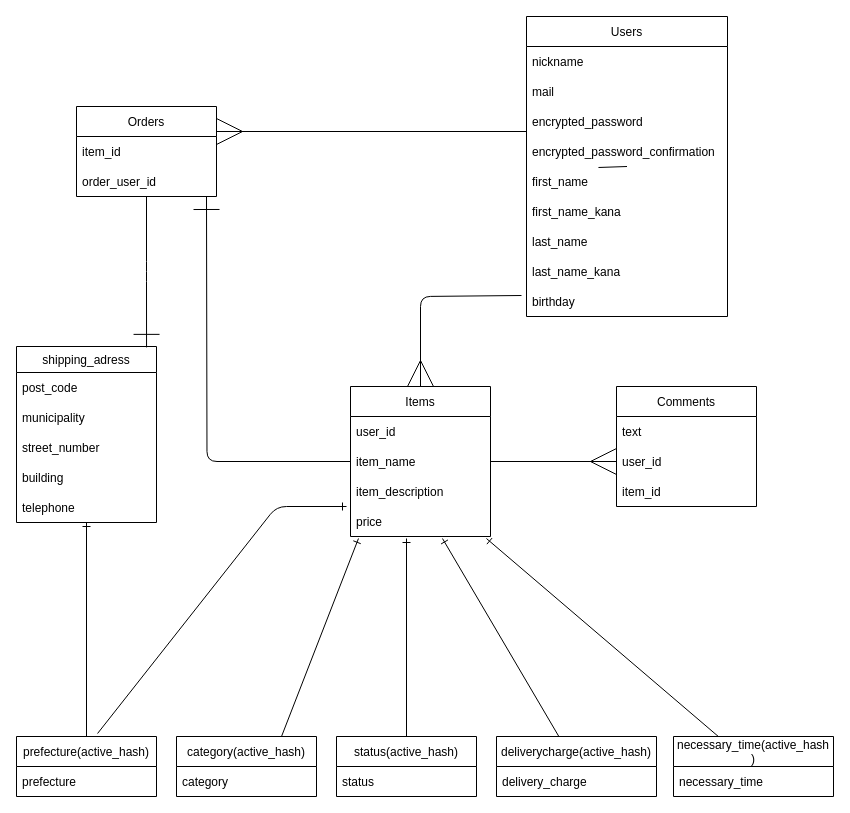
Above: furima.dio in yoshir32/furima-36846 (draw.io), before the change. Source tidied: cells renumbered, new cells numbered last; positions are measured from the earlier drawing's top-left corner, leaving out a move shared by most shapes. Both pictures are drawn from the tidied source at 100%, with x=0, y=0 at pixel (16, 16).
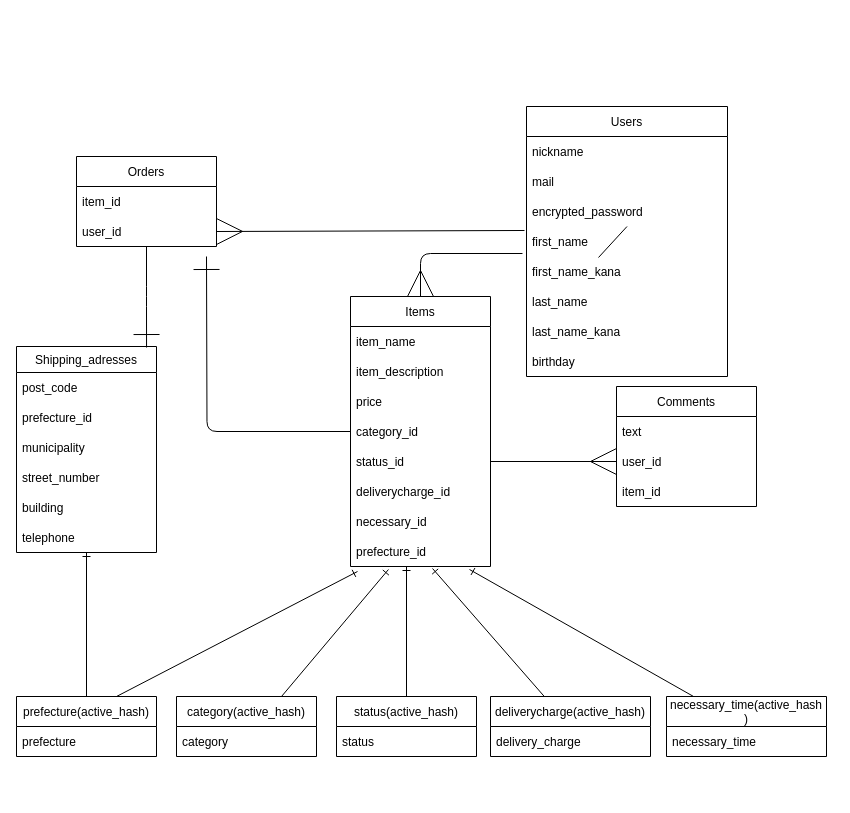
After the change.

Commit message (it also covers changes not shown here):
ER図、README修正３

Unchanged cells that the change refers to:
```xml
<mxCell id="21" value="user_id" style="text;strokeColor=none;fillColor=none;align=left;verticalAlign=middle;spacingLeft=4;spacingRight=4;overflow=hidden;points=[[0,0.5],[1,0.5]];portConstraint=eastwest;" parent="19" vertex="1">
  <mxGeometry y="60" width="140" height="30" as="geometry" />
</mxCell>
```

What changed in the source:
```diff
@@
-    <mxCell id="2" style="edgeStyle=none;jumpSize=24;html=1;entryX=0.5;entryY=0;entryDx=0;entryDy=0;endArrow=ERmany;endFill=0;startSize=24;endSize=24;startArrow=none;exitX=-0.025;exitY=0.3;exitDx=0;exitDy=0;exitPerimeter=0;" parent="1" edge="1" source="14" target="24">
+    <mxCell id="2" style="edgeStyle=none;jumpSize=24;html=1;entryX=0.5;entryY=0;entryDx=0;entryDy=0;endArrow=ERmany;endFill=0;startSize=24;endSize=24;startArrow=none;exitX=-0.02;exitY=0.9;exitDx=0;exitDy=0;exitPerimeter=0;" parent="1" edge="1" source="10" target="24">
       <mxGeometry relative="1" as="geometry">
         <Array as="points">
-          <mxPoint x="404" y="280" />
+          <mxPoint x="404" y="237" />
         </Array>
       </mxGeometry>
     </mxCell>
     <mxCell id="3" value="Users" style="swimlane;fontStyle=0;horizontal=1;startSize=30;" parent="1" vertex="1">
-      <mxGeometry x="510" width="201" height="300" as="geometry" />
+      <mxGeometry x="510" y="90" width="201" height="270" as="geometry" />
     </mxCell>
@@
-    <mxCell id="7" value="encrypted_password_confirmation" style="text;strokeColor=none;fillColor=none;align=left;verticalAlign=middle;spacingLeft=4;spacingRight=4;overflow=hidden;points=[[0,0.5],[1,0.5]];portConstraint=eastwest;" parent="3" vertex="1">
-      <mxGeometry y="120" width="201" height="30" as="geometry" />
-    </mxCell>
@@
-    <mxCell id="9" style="edgeStyle=none;jumpSize=24;html=1;entryX=0.5;entryY=0;entryDx=0;entryDy=0;endArrow=none;endFill=0;startSize=24;endSize=24;exitX=0.358;exitY=1.033;exitDx=0;exitDy=0;exitPerimeter=0;" parent="3" edge="1" source="7" target="10">
-      <mxGeometry relative="1" as="geometry" />
+    <mxCell id="9" style="edgeStyle=none;jumpSize=24;html=1;entryX=0.5;entryY=0;entryDx=0;entryDy=0;endArrow=none;endFill=0;startSize=24;endSize=24;exitX=0.358;exitY=1.033;exitDx=0;exitDy=0;exitPerimeter=0;" parent="3" edge="1" target="10">
+      <mxGeometry relative="1" as="geometry">
+        <mxPoint x="72" y="151" as="sourcePoint" />
+      </mxGeometry>
     </mxCell>
     <mxCell id="10" value="first_name" style="text;strokeColor=none;fillColor=none;align=left;verticalAlign=middle;spacingLeft=4;spacingRight=4;overflow=hidden;points=[[0,0.5],[1,0.5]];portConstraint=eastwest;" parent="3" vertex="1">
-      <mxGeometry y="150" width="201" height="30" as="geometry" />
+      <mxGeometry y="120" width="201" height="30" as="geometry" />
     </mxCell>
     <mxCell id="11" value="first_name_kana" style="text;strokeColor=none;fillColor=none;align=left;verticalAlign=middle;spacingLeft=4;spacingRight=4;overflow=hidden;" parent="3" vertex="1">
-      <mxGeometry y="180" width="201" height="30" as="geometry" />
+      <mxGeometry y="150" width="201" height="30" as="geometry" />
     </mxCell>
     <mxCell id="12" value="last_name" style="text;strokeColor=none;fillColor=none;align=left;verticalAlign=middle;spacingLeft=4;spacingRight=4;overflow=hidden;" parent="3" vertex="1">
-      <mxGeometry y="210" width="201" height="30" as="geometry" />
+      <mxGeometry y="180" width="201" height="30" as="geometry" />
     </mxCell>
     <mxCell id="13" value="last_name_kana" style="text;strokeColor=none;fillColor=none;align=left;verticalAlign=middle;spacingLeft=4;spacingRight=4;overflow=hidden;" parent="3" vertex="1">
-      <mxGeometry y="240" width="201" height="30" as="geometry" />
+      <mxGeometry y="210" width="201" height="30" as="geometry" />
     </mxCell>
     <mxCell id="14" value="birthday" style="text;strokeColor=none;fillColor=none;align=left;verticalAlign=middle;spacingLeft=4;spacingRight=4;overflow=hidden;points=[[0,0.5],[1,0.5]];portConstraint=eastwest;" parent="3" vertex="1">
-      <mxGeometry y="270" width="201" height="30" as="geometry" />
+      <mxGeometry y="240" width="201" height="30" as="geometry" />
     </mxCell>
@@
     <mxCell id="16" value="Orders" style="swimlane;fontStyle=0;horizontal=1;startSize=30;" parent="1" vertex="1">
-      <mxGeometry x="60" y="90" width="140" height="90" as="geometry" />
+      <mxGeometry x="60" y="140" width="140" height="90" as="geometry" />
     </mxCell>
@@
-    <mxCell id="18" value="order_user_id" style="text;strokeColor=none;fillColor=none;align=left;verticalAlign=middle;spacingLeft=4;spacingRight=4;overflow=hidden;points=[[0,0.5],[1,0.5]];portConstraint=eastwest;" parent="16" vertex="1">
+    <mxCell id="18" value="user_id" style="text;strokeColor=none;fillColor=none;align=left;verticalAlign=middle;spacingLeft=4;spacingRight=4;overflow=hidden;points=[[0,0.5],[1,0.5]];portConstraint=eastwest;" parent="16" vertex="1">
       <mxGeometry y="60" width="140" height="30" as="geometry" />
     </mxCell>
@@
     <mxCell id="23" style="edgeStyle=orthogonalEdgeStyle;jumpSize=24;html=1;endArrow=ERone;endFill=0;startSize=24;endSize=24;" parent="1" edge="1" source="24">
       <mxGeometry relative="1" as="geometry">
-        <mxPoint x="190" y="180" as="targetPoint" />
+        <mxPoint x="190" y="240" as="targetPoint" />
       </mxGeometry>
     </mxCell>
     <mxCell id="24" value="Items" style="swimlane;fontStyle=0;horizontal=1;startSize=30;" parent="1" vertex="1">
-      <mxGeometry x="334" y="370" width="140" height="150" as="geometry" />
+      <mxGeometry x="334" y="280" width="140" height="270" as="geometry" />
     </mxCell>
-    <mxCell id="25" value="user_id" style="text;strokeColor=none;fillColor=none;align=left;verticalAlign=middle;spacingLeft=4;spacingRight=4;overflow=hidden;" parent="24" vertex="1">
-      <mxGeometry y="30" width="140" height="30" as="geometry" />
-    </mxCell>
     <mxCell id="26" value="item_name" style="text;strokeColor=none;fillColor=none;align=left;verticalAlign=middle;spacingLeft=4;spacingRight=4;overflow=hidden;points=[[0,0.5],[1,0.5]];portConstraint=eastwest;" parent="24" vertex="1">
-      <mxGeometry y="60" width="140" height="30" as="geometry" />
+      <mxGeometry y="30" width="140" height="30" as="geometry" />
     </mxCell>
     <mxCell id="27" value="item_description" style="text;strokeColor=none;fillColor=none;align=left;verticalAlign=middle;spacingLeft=4;spacingRight=4;overflow=hidden;" parent="24" vertex="1">
-      <mxGeometry y="90" width="140" height="30" as="geometry" />
+      <mxGeometry y="60" width="140" height="30" as="geometry" />
     </mxCell>
     <mxCell id="28" value="price" style="text;strokeColor=none;fillColor=none;align=left;verticalAlign=middle;spacingLeft=4;spacingRight=4;overflow=hidden;points=[[0,0.5],[1,0.5]];portConstraint=eastwest;" parent="24" vertex="1">
-      <mxGeometry y="120" width="140" height="30" as="geometry" />
+      <mxGeometry y="90" width="140" height="30" as="geometry" />
     </mxCell>
+    <mxCell id="53" value="category_id" style="text;strokeColor=none;fillColor=none;align=left;verticalAlign=middle;spacingLeft=4;spacingRight=4;overflow=hidden;" parent="24" vertex="1">
+      <mxGeometry y="120" width="140" height="30" as="geometry" />
+    </mxCell>
+    <mxCell id="54" value="status_id" style="text;strokeColor=none;fillColor=none;align=left;verticalAlign=middle;spacingLeft=4;spacingRight=4;overflow=hidden;points=[[0,0.5],[1,0.5]];portConstraint=eastwest;" parent="24" vertex="1">
+      <mxGeometry y="150" width="140" height="30" as="geometry" />
+    </mxCell>
+    <mxCell id="55" value="deliverycharge_id" style="text;strokeColor=none;fillColor=none;align=left;verticalAlign=middle;spacingLeft=4;spacingRight=4;overflow=hidden;" parent="24" vertex="1">
+      <mxGeometry y="180" width="140" height="30" as="geometry" />
+    </mxCell>
+    <mxCell id="56" value="necessary_id" style="text;strokeColor=none;fillColor=none;align=left;verticalAlign=middle;spacingLeft=4;spacingRight=4;overflow=hidden;" parent="24" vertex="1">
+      <mxGeometry y="210" width="140" height="30" as="geometry" />
+    </mxCell>
+    <mxCell id="57" value="prefecture_id" style="text;strokeColor=none;fillColor=none;align=left;verticalAlign=middle;spacingLeft=4;spacingRight=4;overflow=hidden;points=[[0,0.5],[1,0.5]];portConstraint=eastwest;" parent="24" vertex="1">
+      <mxGeometry y="240" width="140" height="30" as="geometry" />
+    </mxCell>
-    <mxCell id="29" style="edgeStyle=none;html=1;entryX=0;entryY=0.5;entryDx=0;entryDy=0;endArrow=ERmany;endFill=0;jumpSize=24;endSize=24;startSize=24;" parent="1" edge="1" source="26" target="21">
+    <mxCell id="29" style="edgeStyle=none;html=1;entryX=0;entryY=0.5;entryDx=0;entryDy=0;endArrow=ERmany;endFill=0;jumpSize=24;endSize=24;startSize=24;exitX=1;exitY=0.5;exitDx=0;exitDy=0;" parent="1" edge="1" source="54" target="21">
       <mxGeometry relative="1" as="geometry" />
     </mxCell>
-    <mxCell id="30" style="edgeStyle=none;jumpSize=24;html=1;endArrow=ERmany;endFill=0;startSize=24;endSize=24;" parent="1" edge="1">
-      <mxGeometry relative="1" as="geometry">
-        <mxPoint x="510" y="115" as="sourcePoint" />
-        <mxPoint x="200" y="115" as="targetPoint" />
-      </mxGeometry>
+    <mxCell id="30" style="edgeStyle=none;jumpSize=24;html=1;endArrow=ERmany;endFill=0;startSize=24;endSize=24;exitX=-0.01;exitY=0.133;exitDx=0;exitDy=0;exitPerimeter=0;entryX=1;entryY=0.5;entryDx=0;entryDy=0;" parent="1" edge="1" source="10" target="18">
+      <mxGeometry relative="1" as="geometry" />
     </mxCell>
-    <mxCell id="31" value="shipping_adress" style="swimlane;fontStyle=0;horizontal=1;startSize=26;fillColor=none;" parent="1" vertex="1">
-      <mxGeometry y="330" width="140" height="176" as="geometry" />
+    <mxCell id="31" value="Shipping_adresses" style="swimlane;fontStyle=0;horizontal=1;startSize=26;fillColor=none;" parent="1" vertex="1">
+      <mxGeometry y="330" width="140" height="206" as="geometry" />
     </mxCell>
@@
+    <mxCell id="58" value="prefecture_id" style="text;strokeColor=none;fillColor=none;align=left;verticalAlign=middle;spacingLeft=4;spacingRight=4;overflow=hidden;" parent="31" vertex="1">
+      <mxGeometry y="56" width="140" height="30" as="geometry" />
+    </mxCell>
     <mxCell id="33" value="municipality" style="text;strokeColor=none;fillColor=none;align=left;verticalAlign=middle;spacingLeft=4;spacingRight=4;overflow=hidden;" parent="31" vertex="1">
-      <mxGeometry y="56" width="140" height="30" as="geometry" />
+      <mxGeometry y="86" width="140" height="30" as="geometry" />
     </mxCell>
     <mxCell id="34" value="street_number" style="text;strokeColor=none;fillColor=none;align=left;verticalAlign=middle;spacingLeft=4;spacingRight=4;overflow=hidden;" parent="31" vertex="1">
-      <mxGeometry y="86" width="140" height="30" as="geometry" />
+      <mxGeometry y="116" width="140" height="30" as="geometry" />
     </mxCell>
     <mxCell id="35" value="building" style="text;strokeColor=none;fillColor=none;align=left;verticalAlign=middle;spacingLeft=4;spacingRight=4;overflow=hidden;" parent="31" vertex="1">
-      <mxGeometry y="116" width="140" height="30" as="geometry" />
+      <mxGeometry y="146" width="140" height="30" as="geometry" />
     </mxCell>
     <mxCell id="36" value="telephone" style="text;strokeColor=none;fillColor=none;align=left;verticalAlign=middle;spacingLeft=4;spacingRight=4;overflow=hidden;points=[[0,0.5],[1,0.5]];portConstraint=eastwest;" parent="31" vertex="1">
-      <mxGeometry y="146" width="140" height="30" as="geometry" />
+      <mxGeometry y="176" width="140" height="30" as="geometry" />
     </mxCell>
@@
     <mxCell id="38" value="prefecture(active_hash)" style="swimlane;fontStyle=0;horizontal=1;startSize=30;" parent="1" vertex="1">
-      <mxGeometry y="720" width="140" height="60" as="geometry" />
+      <mxGeometry y="680" width="140" height="60" as="geometry" />
     </mxCell>
@@
-    <mxCell id="40" style="edgeStyle=none;html=1;exitX=0.75;exitY=0;exitDx=0;exitDy=0;endArrow=ERone;endFill=0;entryX=0.057;entryY=1.067;entryDx=0;entryDy=0;entryPerimeter=0;" parent="1" edge="1" source="41" target="28">
+    <mxCell id="40" style="edgeStyle=none;html=1;exitX=0.75;exitY=0;exitDx=0;exitDy=0;endArrow=ERone;endFill=0;entryX=0.271;entryY=1.1;entryDx=0;entryDy=0;entryPerimeter=0;" parent="1" edge="1" source="41" target="57">
       <mxGeometry relative="1" as="geometry" />
     </mxCell>
     <mxCell id="41" value="category(active_hash)" style="swimlane;fontStyle=0;horizontal=1;startSize=30;" parent="1" vertex="1">
-      <mxGeometry x="160" y="720" width="140" height="60" as="geometry" />
+      <mxGeometry x="160" y="680" width="140" height="60" as="geometry" />
     </mxCell>
@@
-    <mxCell id="43" style="edgeStyle=none;html=1;endArrow=ERone;endFill=0;entryX=0.4;entryY=1.067;entryDx=0;entryDy=0;entryPerimeter=0;" parent="1" edge="1" source="44" target="28">
-      <mxGeometry relative="1" as="geometry" />
+    <mxCell id="43" style="edgeStyle=none;html=1;endArrow=ERone;endFill=0;" parent="1" edge="1" source="44">
+      <mxGeometry relative="1" as="geometry">
+        <mxPoint x="390" y="550" as="targetPoint" />
+      </mxGeometry>
     </mxCell>
     <mxCell id="44" value="status(active_hash)" style="swimlane;fontStyle=0;horizontal=1;startSize=30;" parent="1" vertex="1">
-      <mxGeometry x="320" y="720" width="140" height="60" as="geometry" />
+      <mxGeometry x="320" y="680" width="140" height="60" as="geometry" />
     </mxCell>
@@
-    <mxCell id="46" style="edgeStyle=none;html=1;entryX=0.657;entryY=1.067;entryDx=0;entryDy=0;entryPerimeter=0;endArrow=ERone;endFill=0;" parent="1" edge="1" source="47" target="28">
+    <mxCell id="46" style="edgeStyle=none;html=1;entryX=0.586;entryY=1.067;entryDx=0;entryDy=0;entryPerimeter=0;endArrow=ERone;endFill=0;" parent="1" edge="1" source="47" target="57">
       <mxGeometry relative="1" as="geometry" />
     </mxCell>
     <mxCell id="47" value="deliverycharge(active_hash)" style="swimlane;fontStyle=0;horizontal=1;startSize=30;" parent="1" vertex="1">
-      <mxGeometry x="480" y="720" width="160" height="60" as="geometry" />
+      <mxGeometry x="474" y="680" width="160" height="60" as="geometry" />
     </mxCell>
@@
-    <mxCell id="49" style="edgeStyle=none;html=1;entryX=0.971;entryY=1.067;entryDx=0;entryDy=0;entryPerimeter=0;endArrow=ERone;endFill=0;" parent="1" edge="1" source="50" target="28">
+    <mxCell id="49" style="edgeStyle=none;html=1;entryX=0.85;entryY=1.1;entryDx=0;entryDy=0;entryPerimeter=0;endArrow=ERone;endFill=0;" parent="1" edge="1" source="50" target="57">
       <mxGeometry relative="1" as="geometry" />
     </mxCell>
     <mxCell id="50" value="necessary_time(active_hash&#10;)" style="swimlane;fontStyle=0;horizontal=1;startSize=30;" parent="1" vertex="1">
-      <mxGeometry x="657" y="720" width="160" height="60" as="geometry" />
+      <mxGeometry x="650" y="680" width="160" height="60" as="geometry" />
     </mxCell>
@@
-    <mxCell id="52" style="edgeStyle=none;html=1;endArrow=ERone;endFill=0;exitX=0.579;exitY=-0.05;exitDx=0;exitDy=0;exitPerimeter=0;" parent="1" edge="1" source="38">
-      <mxGeometry relative="1" as="geometry">
-        <mxPoint x="330" y="490" as="targetPoint" />
-        <Array as="points">
-          <mxPoint x="260" y="490" />
-        </Array>
-      </mxGeometry>
-    </mxCell>
+    <mxCell id="59" style="edgeStyle=none;html=1;endArrow=ERone;endFill=0;entryX=0.05;entryY=1.167;entryDx=0;entryDy=0;entryPerimeter=0;" parent="1" edge="1" target="57">
+      <mxGeometry relative="1" as="geometry">
+        <mxPoint x="100" y="680" as="sourcePoint" />
+      </mxGeometry>
+    </mxCell>
```
